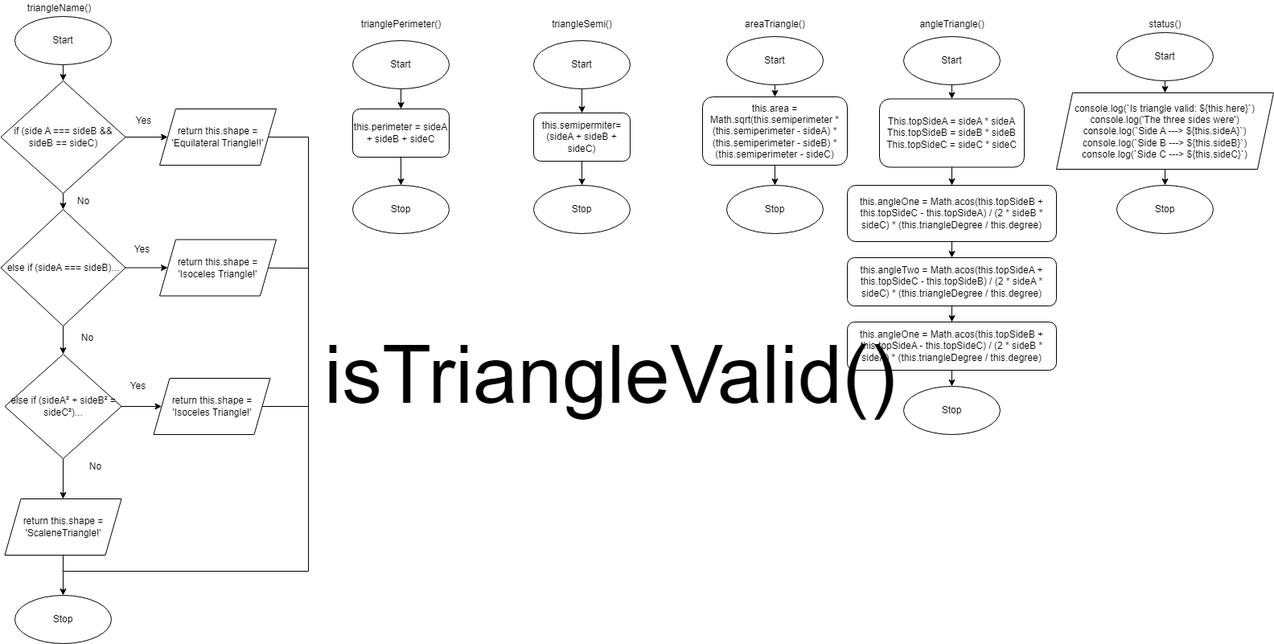
Earlier version of the draw.io export Drawio/Flowchart.png (JacksonNaufal/ics4u-assignment-3-typescript). Source tidied: cells renumbered, new cells last; positions are measured from the earlier drawing's top-left corner, leaving out a move shared by most shapes.
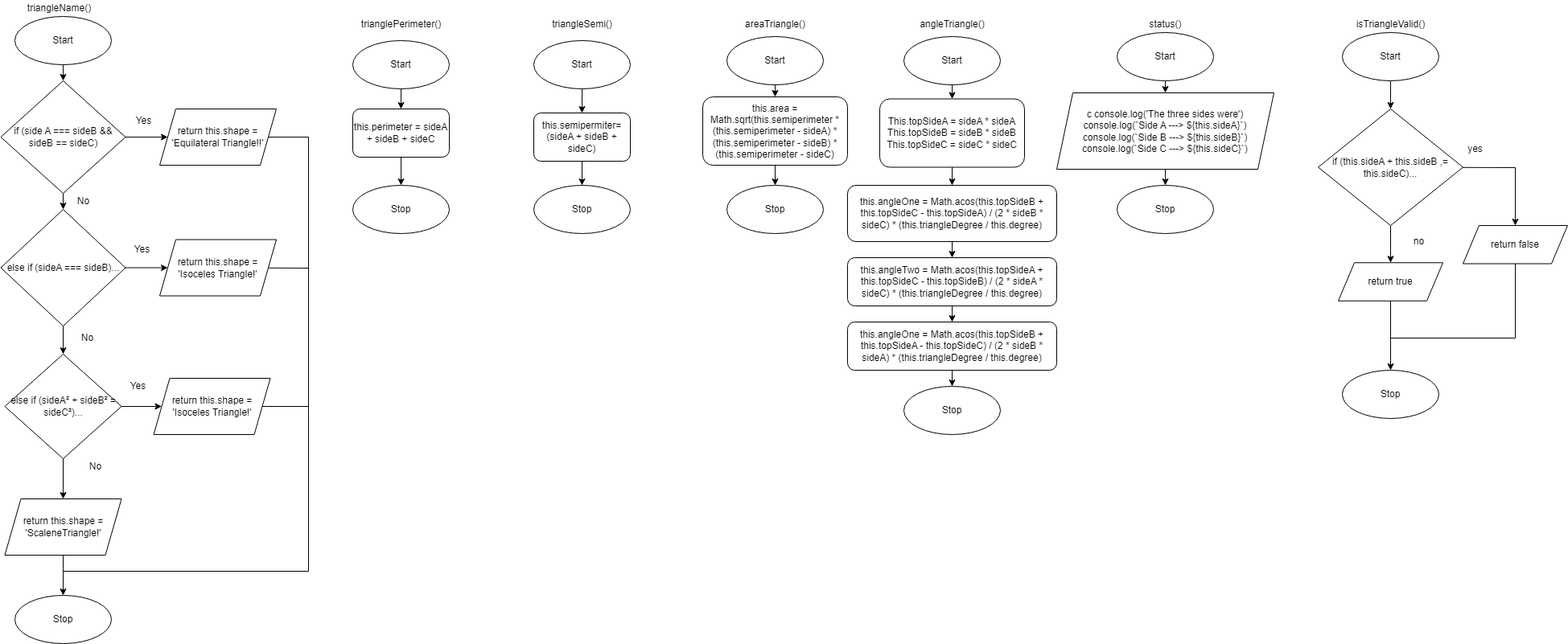
The same diagram one commit later.

Change to the diagram source:
```diff
@@ -204,11 +204,56 @@
     <mxCell id="63" style="edgeStyle=none;rounded=0;html=1;entryX=0.5;entryY=0;entryDx=0;entryDy=0;fontFamily=Helvetica;fontSize=12;endArrow=classic;endFill=1;" parent="1" edge="1" source="64" target="62">
       <mxGeometry relative="1" as="geometry" />
     </mxCell>
-    <mxCell id="64" value="console.log(`Is triangle valid: ${this.here}`) console.log('The three sides were') console.log(`Side A ---&amp;gt; ${this.sideA}`) console.log(`Side B ---&amp;gt; ${this.sideB}`) console.log(`Side C ---&amp;gt; ${this.sideC}`)" style="shape=parallelogram;perimeter=parallelogramPerimeter;whiteSpace=wrap;html=1;fixedSize=1;fontFamily=Helvetica;fontSize=12;" parent="1" vertex="1">
+    <mxCell id="64" value="c console.log('The three sides were') console.log(`Side A ---&amp;gt; ${this.sideA}`) console.log(`Side B ---&amp;gt; ${this.sideB}`) console.log(`Side C ---&amp;gt; ${this.sideC}`)" style="shape=parallelogram;perimeter=parallelogramPerimeter;whiteSpace=wrap;html=1;fixedSize=1;fontFamily=Helvetica;fontSize=12;" parent="1" vertex="1">
       <mxGeometry x="1312" y="115" width="270" height="95" as="geometry" />
     </mxCell>
-    <mxCell id="65" value="&lt;font style=&quot;font-size: 100px&quot;&gt;isTriangleValid()&lt;/font&gt;" style="text;html=1;align=center;verticalAlign=middle;strokeColor=none;fillColor=none;" parent="1" vertex="1">
-      <mxGeometry x="392" y="440" width="730" height="50" as="geometry" />
+    <mxCell id="65" value="isTriangleValid()" style="text;html=1;align=center;verticalAlign=middle;strokeColor=none;fillColor=none;" parent="1" vertex="1">
+      <mxGeometry x="1677" y="20" width="100" height="20" as="geometry" />
     </mxCell>
+    <mxCell id="66" style="edgeStyle=none;html=1;entryX=0.5;entryY=0;entryDx=0;entryDy=0;" parent="1" edge="1" source="67" target="71">
+      <mxGeometry relative="1" as="geometry" />
+    </mxCell>
+    <mxCell id="67" value="Start" style="ellipse;whiteSpace=wrap;html=1;" parent="1" vertex="1">
+      <mxGeometry x="1667" y="40" width="120" height="60" as="geometry" />
+    </mxCell>
+    <mxCell id="68" value="Stop" style="ellipse;whiteSpace=wrap;html=1;" parent="1" vertex="1">
+      <mxGeometry x="1667" y="460" width="120" height="60" as="geometry" />
+    </mxCell>
+    <mxCell id="69" style="edgeStyle=none;html=1;entryX=0.5;entryY=0;entryDx=0;entryDy=0;rounded=0;" parent="1" edge="1" source="71" target="73">
+      <mxGeometry relative="1" as="geometry">
+        <Array as="points">
+          <mxPoint x="1882" y="208" />
+        </Array>
+      </mxGeometry>
+    </mxCell>
+    <mxCell id="70" style="edgeStyle=none;rounded=0;html=1;entryX=0.5;entryY=0;entryDx=0;entryDy=0;endArrow=classic;endFill=1;" parent="1" edge="1" source="71" target="75">
+      <mxGeometry relative="1" as="geometry" />
+    </mxCell>
+    <mxCell id="71" value="if (this.sideA + this.sideB ,= this.sideC)..." style="rhombus;whiteSpace=wrap;html=1;" parent="1" vertex="1">
+      <mxGeometry x="1637" y="135" width="180" height="145" as="geometry" />
+    </mxCell>
+    <mxCell id="72" style="edgeStyle=none;rounded=0;html=1;endArrow=none;endFill=0;exitX=0.5;exitY=1;exitDx=0;exitDy=0;" parent="1" edge="1" source="73">
+      <mxGeometry relative="1" as="geometry">
+        <mxPoint x="1727" y="420" as="targetPoint" />
+        <Array as="points">
+          <mxPoint x="1882" y="420" />
+        </Array>
+      </mxGeometry>
+    </mxCell>
+    <mxCell id="73" value="return false" style="shape=parallelogram;perimeter=parallelogramPerimeter;whiteSpace=wrap;html=1;fixedSize=1;fontFamily=Helvetica;fontSize=12;" parent="1" vertex="1">
+      <mxGeometry x="1817" y="280" width="130" height="47.5" as="geometry" />
+    </mxCell>
+    <mxCell id="74" style="edgeStyle=none;rounded=0;html=1;entryX=0.5;entryY=0;entryDx=0;entryDy=0;endArrow=classic;endFill=1;" parent="1" edge="1" source="75" target="68">
+      <mxGeometry relative="1" as="geometry" />
+    </mxCell>
+    <mxCell id="75" value="return true" style="shape=parallelogram;perimeter=parallelogramPerimeter;whiteSpace=wrap;html=1;fixedSize=1;fontFamily=Helvetica;fontSize=12;" parent="1" vertex="1">
+      <mxGeometry x="1662" y="326.2" width="130" height="47.5" as="geometry" />
+    </mxCell>
+    <mxCell id="76" value="yes" style="text;html=1;align=center;verticalAlign=middle;strokeColor=none;fillColor=none;" parent="1" vertex="1">
+      <mxGeometry x="1817" y="175" width="30" height="20" as="geometry" />
+    </mxCell>
+    <mxCell id="77" value="no" style="text;html=1;align=center;verticalAlign=middle;strokeColor=none;fillColor=none;" parent="1" vertex="1">
+      <mxGeometry x="1747" y="290" width="30" height="20" as="geometry" />
+    </mxCell>
   </root>
 </mxGraphModel>
```
